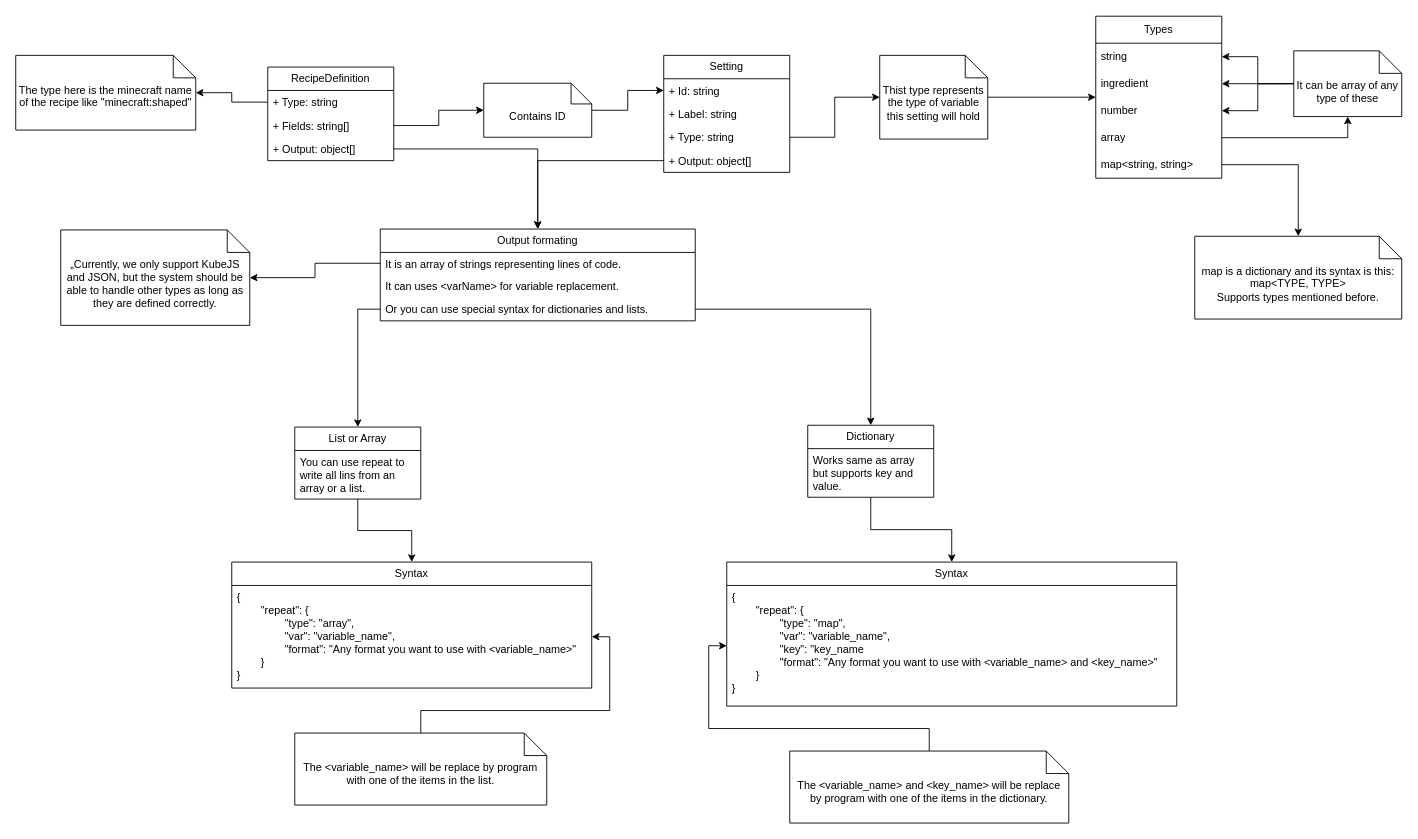
Earlier version of the draw.io diagram page "Definitions" (6 of 6) of Diagram.drawio (WeeeBuch/KubeCrafter). Source tidied: cells renumbered, new cells numbered last; positions are measured from the earlier drawing's top-left corner, leaving out a move shared by most shapes. Both pictures are drawn from the tidied source at 90%, with x=0, y=0 at pixel (15, 16).
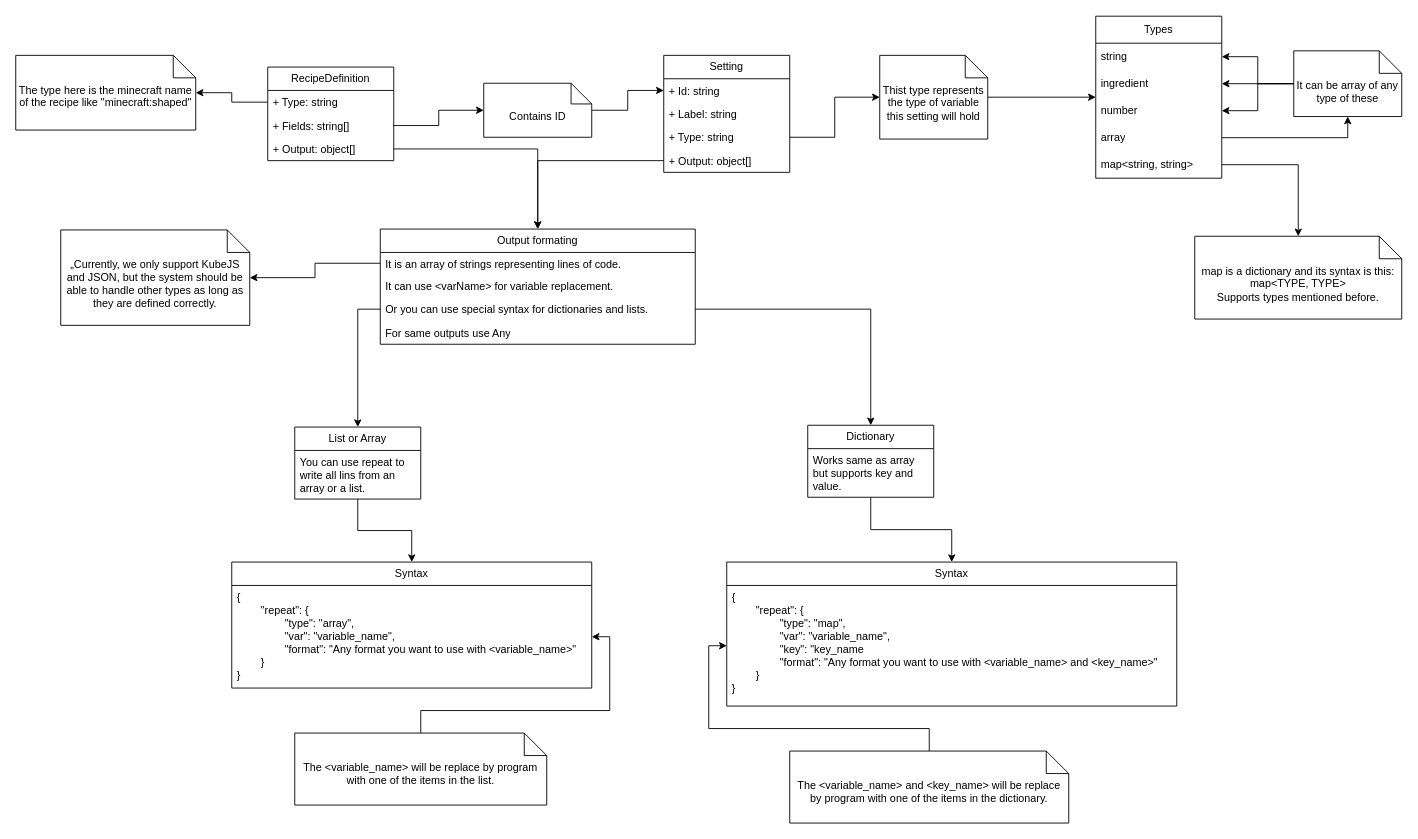
After the change.

Unchanged cells that the change refers to:
```xml
<mxCell id="17" value="Or you can use special syntax for dictionaries and lists." style="text;strokeColor=none;fillColor=none;align=left;verticalAlign=top;spacingLeft=4;spacingRight=4;overflow=hidden;points=[[0,0.5],[1,0.5]];portConstraint=eastwest;whiteSpace=wrap;html=1;" parent="14" vertex="1">
  <mxGeometry y="76" width="350" height="26" as="geometry" />
</mxCell>
<mxCell id="29" value="Dictionary" style="swimlane;fontStyle=0;horizontal=1;startSize=26;fillColor=none;whiteSpace=wrap;html=1;" parent="1" vertex="1">
  <mxGeometry x="880" y="454" width="140" height="80" as="geometry" />
</mxCell>
```

The edit, as a diff of the source:
```diff
@@
     <mxCell id="14" value="Output formating" style="swimlane;fontStyle=0;horizontal=1;startSize=26;fillColor=none;whiteSpace=wrap;html=1;" parent="1" vertex="1">
-      <mxGeometry x="405" y="236" width="350" height="102" as="geometry" />
+      <mxGeometry x="405" y="236" width="350" height="128" as="geometry" />
     </mxCell>
@@
-    <mxCell id="16" value="It can uses &amp;lt;varName&amp;gt; for variable replacement." style="text;strokeColor=none;fillColor=none;align=left;verticalAlign=top;spacingLeft=4;spacingRight=4;overflow=hidden;whiteSpace=wrap;html=1;" parent="14" vertex="1">
+    <mxCell id="16" value="It can use &amp;lt;varName&amp;gt; for variable replacement." style="text;strokeColor=none;fillColor=none;align=left;verticalAlign=top;spacingLeft=4;spacingRight=4;overflow=hidden;whiteSpace=wrap;html=1;" parent="14" vertex="1">
       <mxGeometry y="50" width="350" height="26" as="geometry" />
     </mxCell>
@@
+    <mxCell id="56" value="For same outputs use Any" style="text;strokeColor=none;fillColor=none;align=left;verticalAlign=top;spacingLeft=4;spacingRight=4;overflow=hidden;whiteSpace=wrap;html=1;" parent="14" vertex="1">
+      <mxGeometry y="102" width="350" height="26" as="geometry" />
+    </mxCell>
@@
     <mxCell id="49" style="edgeStyle=orthogonalEdgeStyle;rounded=0;jettySize=auto;html=1;" parent="1" edge="1" source="17" target="29">
-      <mxGeometry relative="1" as="geometry" />
+      <mxGeometry relative="1" as="geometry">
+        <Array as="points">
+          <mxPoint x="950" y="325" />
+        </Array>
+      </mxGeometry>
     </mxCell>
```
